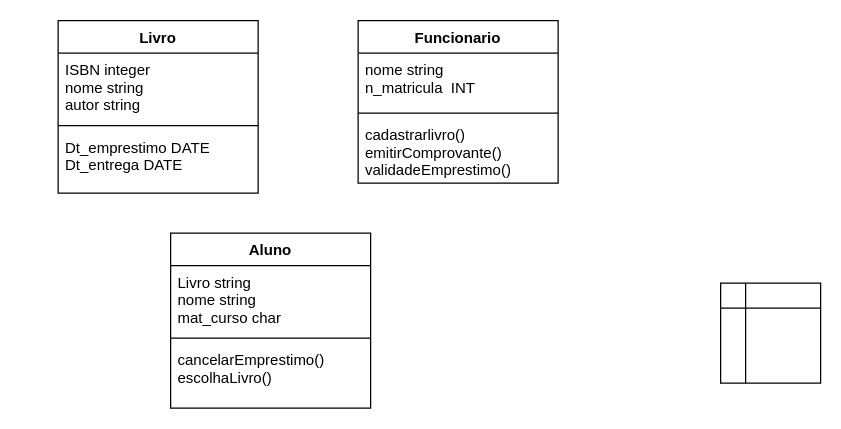
owlprog-glitch/spiritpro keeps this draw.io diagram as AnaliseSistemasII/Untitled Diagram.drawio. Above is the earlier version. Source tidied: cells renumbered, new cells numbered last; positions are measured from the earlier drawing's top-left corner, leaving out a move shared by most shapes. Both pictures are drawn from the tidied source at 125%, with x=0, y=0 at pixel (58, 20).
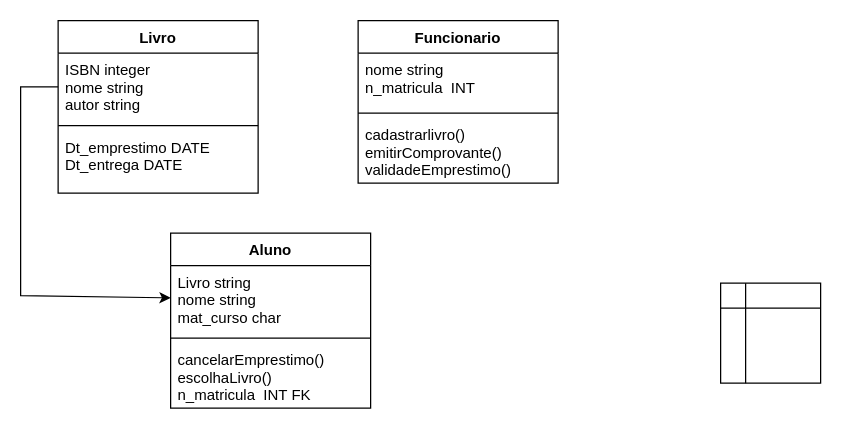
Above is the later version.

The edit, as a diff of the source:
```diff
@@
 <mxGraphModel>
   <root>
     <mxCell id="0" />
     <mxCell id="1" parent="0" />
     <mxCell id="2" style="shape=internalStorage;whiteSpace=wrap;html=1;backgroundOutline=1;" parent="1" vertex="1">
       <mxGeometry x="530" y="210" width="80" height="80" as="geometry" />
     </mxCell>
     <mxCell id="3" value="Livro" style="swimlane;fontStyle=1;align=center;verticalAlign=top;horizontal=1;startSize=26;" parent="1" vertex="1">
       <mxGeometry width="160" height="138" as="geometry" />
     </mxCell>
     <mxCell id="4" value="ISBN integer&#10;nome string&#10;autor string" style="text;strokeColor=none;fillColor=none;align=left;verticalAlign=top;spacingLeft=4;spacingRight=4;overflow=hidden;points=[[0,0.5],[1,0.5]];portConstraint=eastwest;" parent="3" vertex="1">
       <mxGeometry y="26" width="160" height="54" as="geometry" />
     </mxCell>
     <mxCell id="5" style="line;strokeWidth=1;fillColor=none;align=left;verticalAlign=middle;spacingTop=-1;spacingLeft=3;spacingRight=3;labelPosition=right;" parent="3" vertex="1">
       <mxGeometry y="80" width="160" height="8" as="geometry" />
     </mxCell>
     <mxCell id="6" value="Dt_emprestimo DATE&#10;Dt_entrega DATE&#10;" style="text;strokeColor=none;fillColor=none;align=left;verticalAlign=top;spacingLeft=4;spacingRight=4;overflow=hidden;" parent="3" vertex="1">
       <mxGeometry y="88" width="160" height="50" as="geometry" />
     </mxCell>
     <mxCell id="7" value="Funcionario" style="swimlane;fontStyle=1;align=center;verticalAlign=top;horizontal=1;startSize=26;" parent="1" vertex="1">
       <mxGeometry x="240" width="160" height="130" as="geometry" />
     </mxCell>
     <mxCell id="8" value="nome string&#10;n_matricula  INT" style="text;strokeColor=none;fillColor=none;align=left;verticalAlign=top;spacingLeft=4;spacingRight=4;overflow=hidden;" parent="7" vertex="1">
       <mxGeometry y="26" width="160" height="44" as="geometry" />
     </mxCell>
     <mxCell id="9" style="line;strokeWidth=1;fillColor=none;align=left;verticalAlign=middle;spacingTop=-1;spacingLeft=3;spacingRight=3;labelPosition=right;" parent="7" vertex="1">
       <mxGeometry y="70" width="160" height="8" as="geometry" />
     </mxCell>
     <mxCell id="10" value="cadastrarlivro()&#10;emitirComprovante()&#10;validadeEmprestimo()&#10;" style="text;strokeColor=none;fillColor=none;align=left;verticalAlign=top;spacingLeft=4;spacingRight=4;overflow=hidden;" parent="7" vertex="1">
       <mxGeometry y="78" width="160" height="52" as="geometry" />
     </mxCell>
     <mxCell id="11" value="Aluno" style="swimlane;fontStyle=1;align=center;verticalAlign=top;horizontal=1;startSize=26;" parent="1" vertex="1">
       <mxGeometry x="90" y="170" width="160" height="140" as="geometry" />
     </mxCell>
     <mxCell id="12" value="Livro string&#10;nome string&#10;mat_curso char&#10;" style="text;strokeColor=none;fillColor=none;align=left;verticalAlign=top;spacingLeft=4;spacingRight=4;overflow=hidden;points=[[0,0.5],[1,0.5]];portConstraint=eastwest;" parent="11" vertex="1">
       <mxGeometry y="26" width="160" height="54" as="geometry" />
     </mxCell>
     <mxCell id="13" style="line;strokeWidth=1;fillColor=none;align=left;verticalAlign=middle;spacingTop=-1;spacingLeft=3;spacingRight=3;labelPosition=right;" parent="11" vertex="1">
       <mxGeometry y="80" width="160" height="8" as="geometry" />
     </mxCell>
-    <mxCell id="14" value="cancelarEmprestimo()&#10;escolhaLivro()&#10;" style="text;strokeColor=none;fillColor=none;align=left;verticalAlign=top;spacingLeft=4;spacingRight=4;overflow=hidden;" parent="11" vertex="1">
+    <mxCell id="14" value="cancelarEmprestimo()&#10;escolhaLivro()&#10;n_matricula  INT FK&#10;" style="text;strokeColor=none;fillColor=none;align=left;verticalAlign=top;spacingLeft=4;spacingRight=4;overflow=hidden;" parent="11" vertex="1">
       <mxGeometry y="88" width="160" height="52" as="geometry" />
     </mxCell>
+    <mxCell id="15" style="rounded=0;jettySize=auto;html=1;exitX=0;exitY=0.5;exitDx=0;exitDy=0;" parent="1" edge="1" source="4" target="12">
+      <mxGeometry relative="1" as="geometry">
+        <Array as="points">
+          <mxPoint x="-30" y="53" />
+          <mxPoint x="-30" y="220" />
+        </Array>
+      </mxGeometry>
+    </mxCell>
   </root>
 </mxGraphModel>
```
